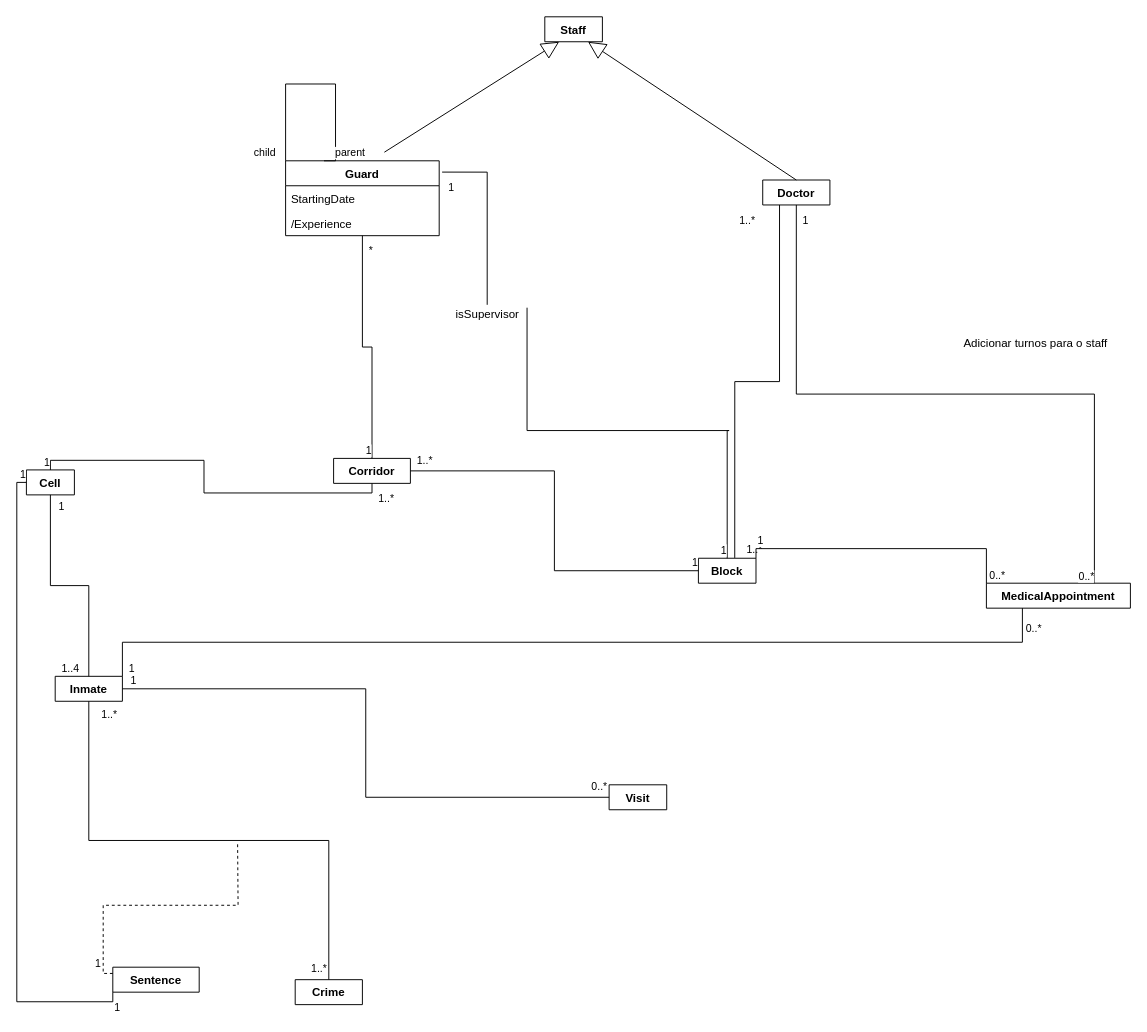
up201706117/BD_PrisonProject keeps this draw.io diagram as Untitled Diagram.drawio. Above is the earlier version. Source tidied: cells renumbered, new cells numbered last; positions are measured from the earlier drawing's top-left corner, leaving out a move shared by most shapes. Both pictures are drawn from the tidied source at 96%, with x=0, y=0 at pixel (26, 16).
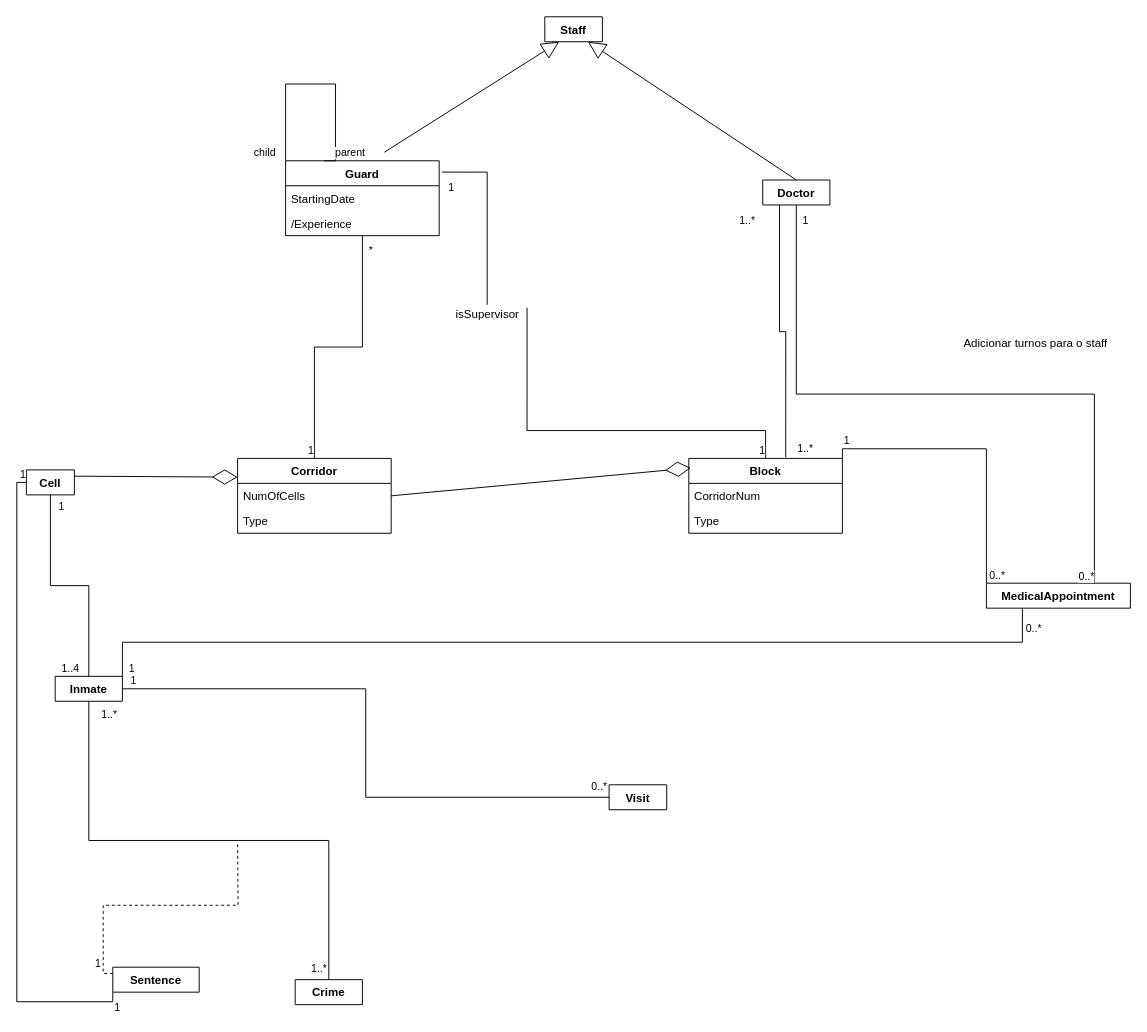
Above is the later version.

The change refers to these unchanged cells:
```xml
<mxCell id="11" value="Cell" style="swimlane;fontStyle=1;align=center;verticalAlign=top;horizontal=1;startSize=26;" parent="1" vertex="1" collapsed="1">
  <mxGeometry y="472" width="50" height="26" as="geometry" />
</mxCell>
```

What changed in the source:
```diff
@@
-    <mxCell id="2" value="Block" style="swimlane;fontStyle=1;align=center;verticalAlign=top;horizontal=1;startSize=26;" parent="1" vertex="1" collapsed="1">
-      <mxGeometry x="700" y="564" width="60" height="26" as="geometry" />
+    <mxCell id="2" value="Block" style="swimlane;fontStyle=1;align=center;verticalAlign=top;horizontal=1;startSize=26;" parent="1" vertex="1">
+      <mxGeometry x="690" y="460" width="160" height="78" as="geometry" />
     </mxCell>
+    <mxCell id="61" value="CorridorNum" style="text;strokeColor=none;fillColor=none;align=left;verticalAlign=top;spacingLeft=4;spacingRight=4;overflow=hidden;fontStyle=0;" parent="2" vertex="1">
+      <mxGeometry y="26" width="160" height="26" as="geometry" />
+    </mxCell>
+    <mxCell id="62" value="Type" style="text;strokeColor=none;fillColor=none;align=left;verticalAlign=top;spacingLeft=4;spacingRight=4;overflow=hidden;fontStyle=0;" parent="2" vertex="1">
+      <mxGeometry y="52" width="160" height="26" as="geometry" />
+    </mxCell>
-    <mxCell id="3" value="Corridor" style="swimlane;fontStyle=1;align=center;verticalAlign=top;horizontal=1;startSize=26;" parent="1" vertex="1" collapsed="1">
-      <mxGeometry x="320" y="460" width="80" height="26" as="geometry" />
+    <mxCell id="3" value="Corridor" style="swimlane;fontStyle=1;align=center;verticalAlign=top;horizontal=1;startSize=26;" parent="1" vertex="1">
+      <mxGeometry x="220" y="460" width="160" height="78" as="geometry" />
     </mxCell>
+    <mxCell id="63" value="NumOfCells" style="text;strokeColor=none;fillColor=none;align=left;verticalAlign=top;spacingLeft=4;spacingRight=4;overflow=hidden;" parent="3" vertex="1">
+      <mxGeometry y="26" width="160" height="26" as="geometry" />
+    </mxCell>
+    <mxCell id="64" value="Type" style="text;strokeColor=none;fillColor=none;align=left;verticalAlign=top;spacingLeft=4;spacingRight=4;overflow=hidden;" parent="3" vertex="1">
+      <mxGeometry y="52" width="160" height="26" as="geometry" />
+    </mxCell>
@@
-    <mxCell id="22" style="endArrow=none;html=1;edgeStyle=orthogonalEdgeStyle;rounded=0;strokeColor=#000000;exitX=0.5;exitY=1;exitDx=0;exitDy=0;entryX=0.5;entryY=0;entryDx=0;entryDy=0;" parent="1" edge="1" source="3" target="11">
-      <mxGeometry relative="1" as="geometry" />
-    </mxCell>
-    <mxCell id="23" value="1..*" style="edgeLabel;html=1;align=left;verticalAlign=bottom;strokeColor=#000000;" parent="22" vertex="1">
-      <mxGeometry x="-1" relative="1" as="geometry">
-        <mxPoint x="5" y="24" as="offset" />
-      </mxGeometry>
-    </mxCell>
-    <mxCell id="24" value="1" style="edgeLabel;html=1;align=right;verticalAlign=bottom;strokeColor=#000000;" parent="22" vertex="1">
-      <mxGeometry x="1" relative="1" as="geometry" />
-    </mxCell>
-    <mxCell id="25" style="endArrow=none;html=1;edgeStyle=orthogonalEdgeStyle;rounded=0;strokeColor=#000000;exitX=1;exitY=0.5;exitDx=0;exitDy=0;entryX=0;entryY=0.5;entryDx=0;entryDy=0;" parent="1" edge="1" source="3" target="2">
-      <mxGeometry relative="1" as="geometry" />
-    </mxCell>
-    <mxCell id="26" value="1..*" style="edgeLabel;html=1;align=left;verticalAlign=bottom;strokeColor=#000000;" parent="25" vertex="1">
-      <mxGeometry x="-1" relative="1" as="geometry">
-        <mxPoint x="5" y="-3" as="offset" />
-      </mxGeometry>
-    </mxCell>
-    <mxCell id="27" value="1" style="edgeLabel;html=1;align=right;verticalAlign=bottom;strokeColor=#000000;" parent="25" vertex="1">
-      <mxGeometry x="1" relative="1" as="geometry" />
-    </mxCell>
@@
+    <mxCell id="25" style="endArrow=diamondThin;endFill=0;endSize=24;html=1;rounded=0;entryX=0.013;entryY=0.128;entryDx=0;entryDy=0;entryPerimeter=0;exitX=1;exitY=0.5;exitDx=0;exitDy=0;" parent="1" edge="1" source="3" target="2">
+      <mxGeometry relative="1" as="geometry" />
+    </mxCell>
+    <mxCell id="65" style="endArrow=diamondThin;endFill=0;endSize=24;html=1;rounded=0;entryX=0;entryY=0.25;entryDx=0;entryDy=0;exitX=1;exitY=0.25;exitDx=0;exitDy=0;" parent="1" edge="1" source="11" target="3">
+      <mxGeometry relative="1" as="geometry" />
+    </mxCell>
```
